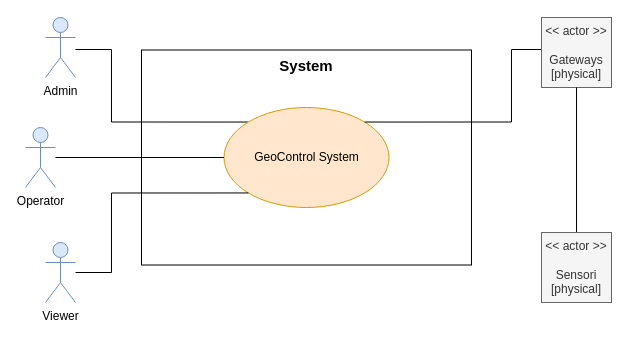
The draw.io diagram doc/res/raw/Context_Diagram.drawio in luigiaceto/geocontrol, before the edit. Source tidied: cells renumbered, new cells numbered last; positions are measured from the earlier drawing's top-left corner, leaving out a move shared by most shapes. Both pictures are drawn from the tidied source at 100%, with x=0, y=0 at pixel (25, 17).
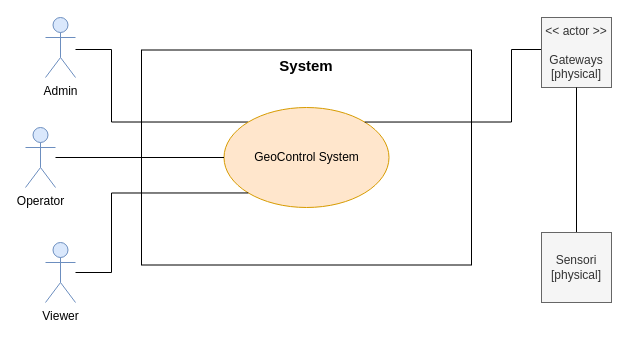
The same page after the edit.

Commit message (it also covers changes not shown here):
Fix: context diagram

The edit, as a diff of the source:
```diff
@@
 <mxGraphModel>
   <root>
     <mxCell id="0" />
     <mxCell id="1" parent="0" />
     <mxCell id="2" value="&lt;b&gt;&lt;font style=&quot;font-size: 15px;&quot;&gt;System&lt;/font&gt;&lt;/b&gt;" style="rounded=0;whiteSpace=wrap;html=1;verticalAlign=top;" parent="1" vertex="1">
       <mxGeometry x="116" y="32.5" width="330" height="215" as="geometry" />
     </mxCell>
     <mxCell id="3" style="edgeStyle=orthogonalEdgeStyle;rounded=0;jettySize=auto;html=1;entryX=0;entryY=0;entryDx=0;entryDy=0;endArrow=none;startFill=0;" parent="1" edge="1" source="4" target="5">
       <mxGeometry relative="1" as="geometry">
         <Array as="points">
           <mxPoint x="86" y="32" />
           <mxPoint x="86" y="105" />
         </Array>
       </mxGeometry>
     </mxCell>
     <mxCell id="4" value="Admin" style="shape=umlActor;verticalLabelPosition=bottom;verticalAlign=top;html=1;outlineConnect=0;fillColor=#dae8fc;strokeColor=#6c8ebf;" parent="1" vertex="1">
       <mxGeometry x="20" width="30" height="60" as="geometry" />
     </mxCell>
     <mxCell id="5" value="GeoControl System" style="ellipse;whiteSpace=wrap;html=1;fillColor=#ffe6cc;strokeColor=#d79b00;" parent="1" vertex="1">
       <mxGeometry x="198.5" y="90" width="165" height="100" as="geometry" />
     </mxCell>
     <mxCell id="6" style="edgeStyle=orthogonalEdgeStyle;rounded=0;jettySize=auto;html=1;entryX=0;entryY=0.5;entryDx=0;entryDy=0;endArrow=none;startFill=0;" parent="1" edge="1" source="7" target="5">
       <mxGeometry relative="1" as="geometry" />
     </mxCell>
     <mxCell id="7" value="Operator" style="shape=umlActor;verticalLabelPosition=bottom;verticalAlign=top;html=1;outlineConnect=0;fillColor=#dae8fc;strokeColor=#6c8ebf;" parent="1" vertex="1">
       <mxGeometry y="110" width="30" height="60" as="geometry" />
     </mxCell>
     <mxCell id="8" style="edgeStyle=orthogonalEdgeStyle;rounded=0;jettySize=auto;html=1;entryX=0;entryY=1;entryDx=0;entryDy=0;endArrow=none;startFill=0;" parent="1" edge="1" source="9" target="5">
       <mxGeometry relative="1" as="geometry">
         <Array as="points">
           <mxPoint x="86" y="255" />
           <mxPoint x="86" y="175" />
         </Array>
       </mxGeometry>
     </mxCell>
     <mxCell id="9" value="Viewer" style="shape=umlActor;verticalLabelPosition=bottom;verticalAlign=top;html=1;outlineConnect=0;fillColor=#dae8fc;strokeColor=#6c8ebf;" parent="1" vertex="1">
       <mxGeometry x="20" y="225" width="30" height="60" as="geometry" />
     </mxCell>
     <mxCell id="10" style="edgeStyle=orthogonalEdgeStyle;rounded=0;jettySize=auto;html=1;entryX=1;entryY=0;entryDx=0;entryDy=0;endArrow=none;startFill=0;" parent="1" edge="1" source="11" target="5">
       <mxGeometry relative="1" as="geometry">
         <Array as="points">
           <mxPoint x="486" y="32" />
           <mxPoint x="486" y="105" />
         </Array>
       </mxGeometry>
     </mxCell>
     <mxCell id="11" value="&amp;lt;&amp;lt; actor &amp;gt;&amp;gt;&lt;br&gt;&lt;br&gt;&lt;div&gt;Gateways&lt;br&gt;[physical]&lt;/div&gt;" style="whiteSpace=wrap;html=1;fillColor=#f5f5f5;fontColor=#333333;strokeColor=#666666;" parent="1" vertex="1">
       <mxGeometry x="516" width="70" height="70" as="geometry" />
     </mxCell>
     <mxCell id="12" style="edgeStyle=orthogonalEdgeStyle;rounded=0;jettySize=auto;html=1;entryX=0.5;entryY=1;entryDx=0;entryDy=0;endArrow=none;startFill=0;" parent="1" edge="1" source="13" target="11">
       <mxGeometry relative="1" as="geometry" />
     </mxCell>
-    <mxCell id="13" value="&amp;lt;&amp;lt; actor &amp;gt;&amp;gt;&lt;br&gt;&lt;br&gt;&lt;div&gt;Sensori&lt;div&gt;[physical]&lt;/div&gt;&lt;/div&gt;" style="whiteSpace=wrap;html=1;fillColor=#f5f5f5;fontColor=#333333;strokeColor=#666666;" parent="1" vertex="1">
+    <mxCell id="13" value="&lt;div&gt;Sensori&lt;div&gt;[physical]&lt;/div&gt;&lt;/div&gt;" style="whiteSpace=wrap;html=1;fillColor=#f5f5f5;fontColor=#333333;strokeColor=#666666;" parent="1" vertex="1">
       <mxGeometry x="516" y="215" width="70" height="70" as="geometry" />
     </mxCell>
   </root>
 </mxGraphModel>
```
